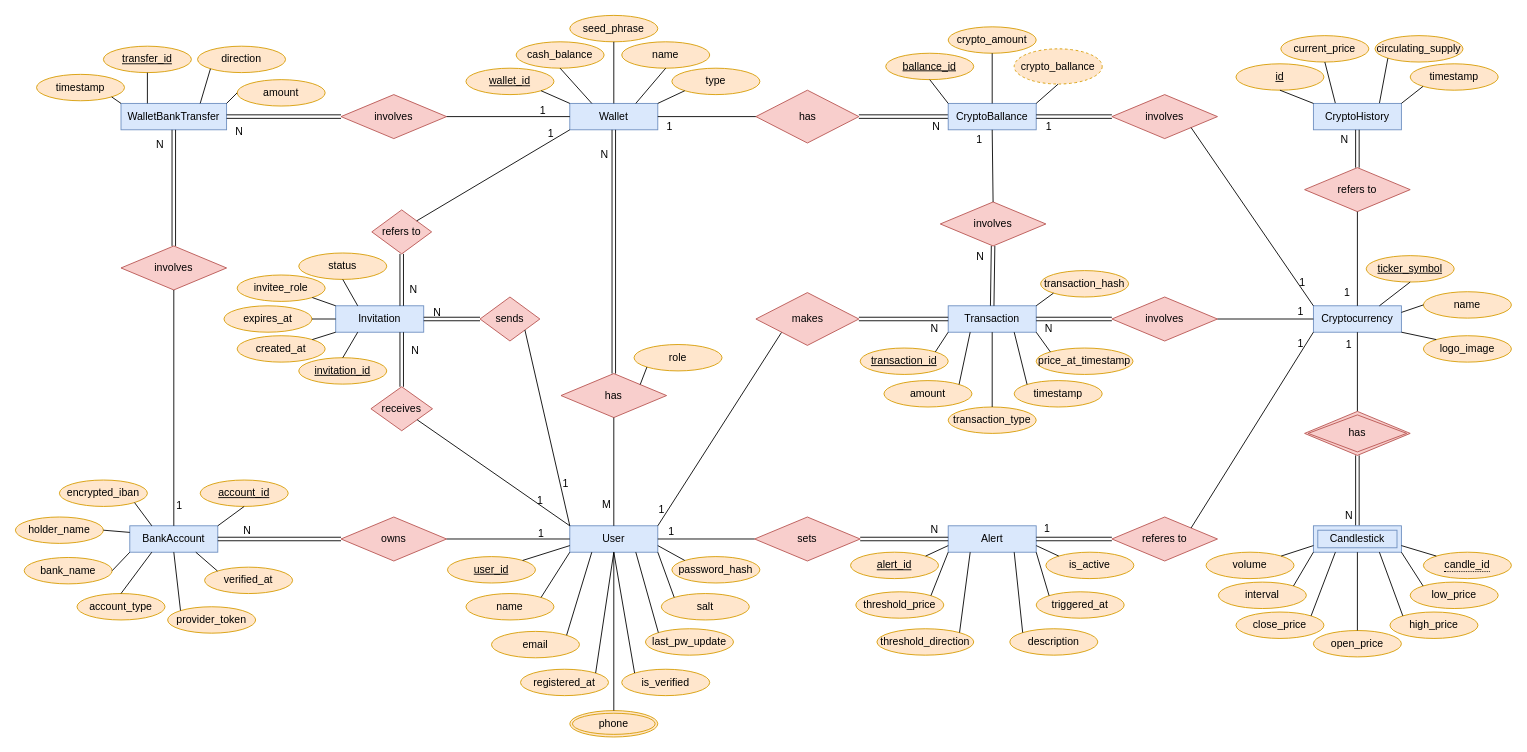
This is deliverable-1/ER_diagram.drawio from georrous6/Databases, a draw.io file, before an edit. Source tidied: cells renumbered, new cells numbered last; positions are measured from the earlier drawing's top-left corner, leaving out a move shared by most shapes. Both pictures are drawn from the tidied source at 88%, with x=0, y=0 at pixel (15, 15).
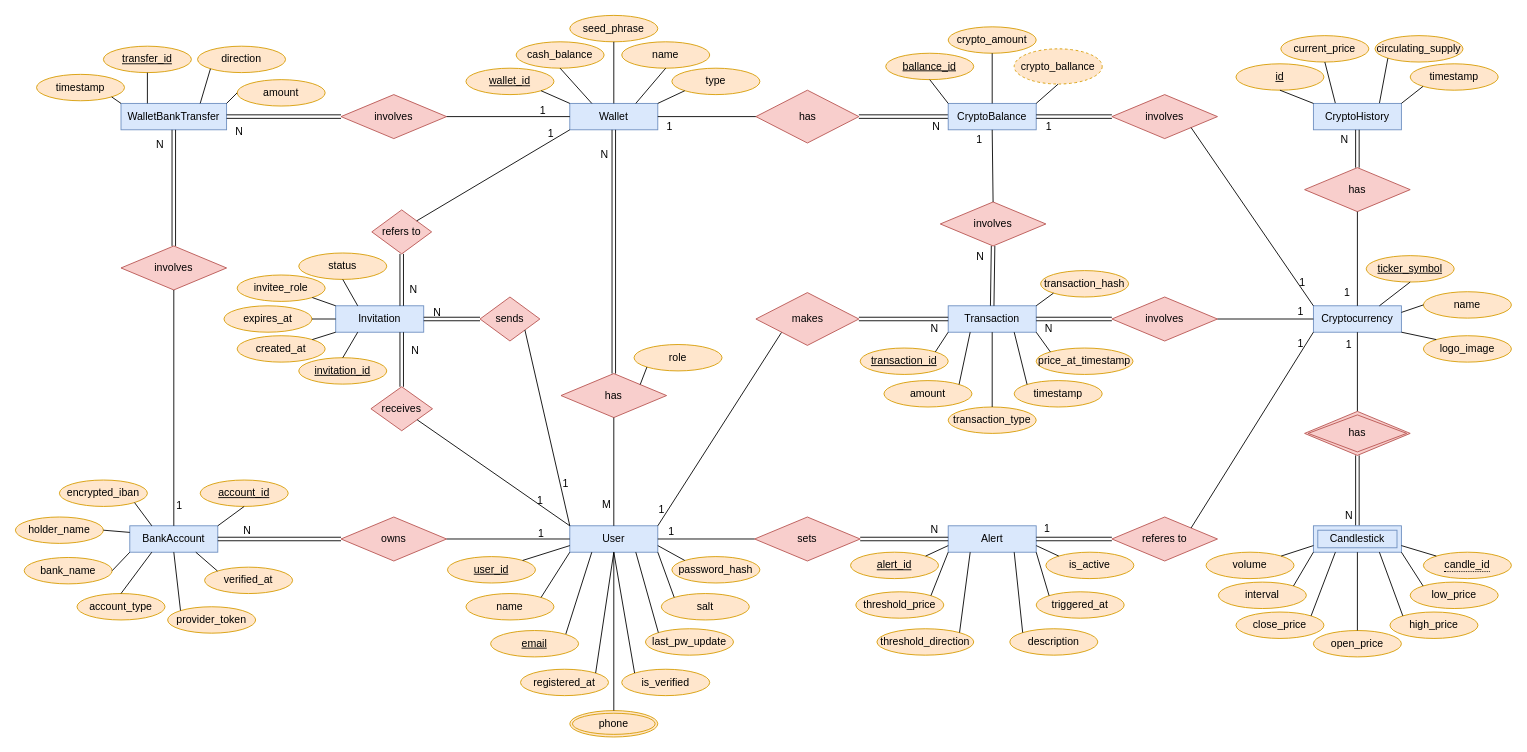
After the change.

Commit message (it also covers changes not shown here):
[fix] diagram minor issues

- User email attribute bacame PK
- CryptoBalance typo fixed
- Crypto-has-CryptoHistory

Change to the diagram source:
```diff
@@
-    <mxCell id="5" value="email" style="ellipse;whiteSpace=wrap;html=1;align=center;fillColor=#ffe6cc;strokeColor=#d79b00;" parent="1" vertex="1">
-      <mxGeometry x="541" y="700" width="100" height="30" as="geometry" />
-    </mxCell>
@@
-    <mxCell id="182" value="CryptoBallance" style="whiteSpace=wrap;html=1;align=center;fillColor=#dae8fc;strokeColor=#6c8ebf;" parent="1" vertex="1">
+    <mxCell id="182" value="CryptoBalance" style="whiteSpace=wrap;html=1;align=center;fillColor=#dae8fc;strokeColor=#6c8ebf;" parent="1" vertex="1">
       <mxGeometry x="1060" y="100" width="100" height="30" as="geometry" />
     </mxCell>
@@
-    <mxCell id="208" value="refers to" style="shape=rhombus;perimeter=rhombusPerimeter;whiteSpace=wrap;html=1;align=center;fillColor=#f8cecc;strokeColor=#b85450;" parent="1" vertex="1">
+    <mxCell id="208" value="has" style="shape=rhombus;perimeter=rhombusPerimeter;whiteSpace=wrap;html=1;align=center;fillColor=#f8cecc;strokeColor=#b85450;" parent="1" vertex="1">
       <mxGeometry x="1465" y="173" width="120" height="50" as="geometry" />
     </mxCell>
@@
+    <mxCell id="5" value="email" style="ellipse;whiteSpace=wrap;html=1;align=center;fontStyle=4;fillColor=#ffe6cc;strokeColor=#d79b00;" parent="1" vertex="1">
+      <mxGeometry x="540" y="699" width="100" height="30" as="geometry" />
+    </mxCell>
```
